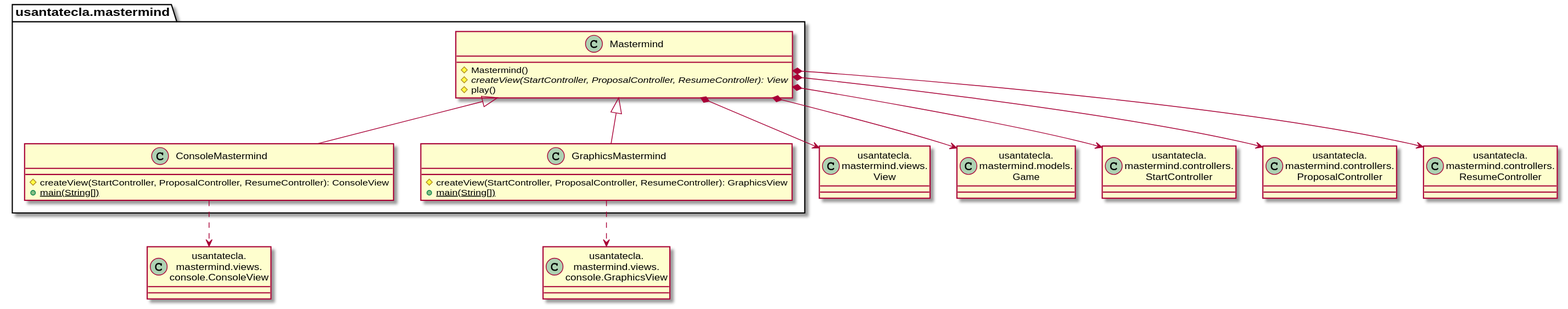
The PlantUML diagram modelViewPresenter/presentationModel/basic/docs/diagrams/out/paquetes/usantatecla.mastermind.svg in SantaTecla-mastermind/solution.java.swing.socket.sql, before a commit. Its diagram source:
```plantuml
@startuml
class View as "usantatecla.\nmastermind.views.\nView"
Class Game as "usantatecla.\nmastermind.models.\nGame"
class ConsoleView as "usantatecla.\nmastermind.views.\nconsole.ConsoleView"
class GraphicsView as "usantatecla.\nmastermind.views.\nconsole.GraphicsView"
class StartController as "usantatecla.\nmastermind.controllers.\nStartController"
class ProposalController as "usantatecla.\nmastermind.controllers.\nProposalController"
class ResumeController as "usantatecla.\nmastermind.controllers.\nResumeController"

class  usantatecla.mastermind.Mastermind{
    # Mastermind()
    # {abstract} createView(StartController, ProposalController, ResumeController): View
    # play()
}
usantatecla.mastermind.Mastermind *-down-> View
usantatecla.mastermind.Mastermind *-down-> Game
usantatecla.mastermind.Mastermind *-down-> StartController
usantatecla.mastermind.Mastermind *-down-> ProposalController
usantatecla.mastermind.Mastermind *-down-> ResumeController

class  usantatecla.mastermind.ConsoleMastermind{
    # createView(StartController, ProposalController, ResumeController): ConsoleView
    + {static} main(String[])
}
usantatecla.mastermind.ConsoleMastermind -up-|> usantatecla.mastermind.Mastermind
usantatecla.mastermind.ConsoleMastermind ..> ConsoleView

class  usantatecla.mastermind.GraphicsMastermind{
# createView(StartController, ProposalController, ResumeController): GraphicsView
+ {static} main(String[])
}
usantatecla.mastermind.GraphicsMastermind -up-|> usantatecla.mastermind.Mastermind
usantatecla.mastermind.GraphicsMastermind ..> GraphicsView
@enduml
```
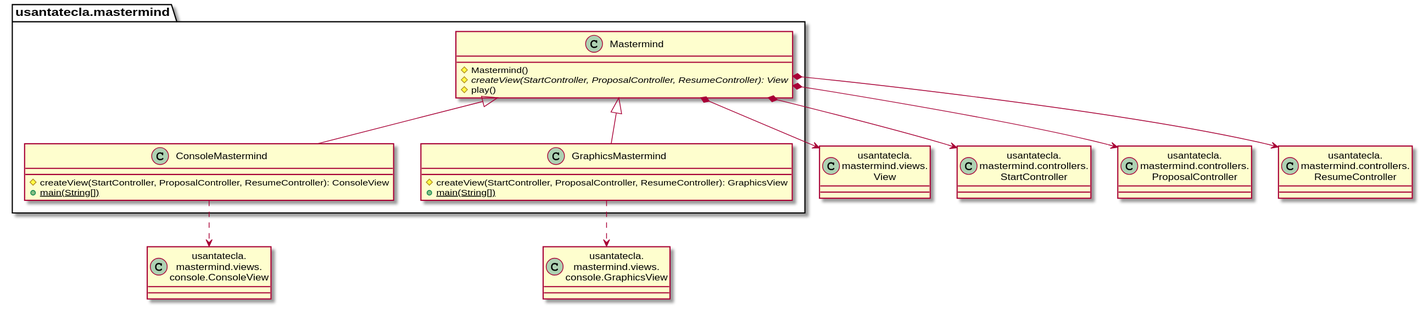
After the change.

What changed in the source:
```diff
@@ -1,6 +1,5 @@
 @startuml
 class View as "usantatecla.\nmastermind.views.\nView"
-Class Game as "usantatecla.\nmastermind.models.\nGame"
 class ConsoleView as "usantatecla.\nmastermind.views.\nconsole.ConsoleView"
 class GraphicsView as "usantatecla.\nmastermind.views.\nconsole.GraphicsView"
 class StartController as "usantatecla.\nmastermind.controllers.\nStartController"
@@ -13,7 +12,6 @@
     # play()
 }
 usantatecla.mastermind.Mastermind *-down-> View
-usantatecla.mastermind.Mastermind *-down-> Game
 usantatecla.mastermind.Mastermind *-down-> StartController
 usantatecla.mastermind.Mastermind *-down-> ProposalController
 usantatecla.mastermind.Mastermind *-down-> ResumeController
```
